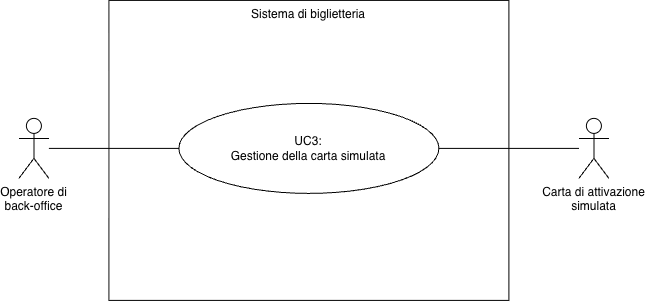
Before: img/diagrams/uc-3.png, a diagram exported from draw.io (Leddosja/thesis-EdisHodja). Source tidied: cells renumbered, new cells last; positions are measured from the earlier drawing's top-left corner, leaving out a move shared by most shapes.
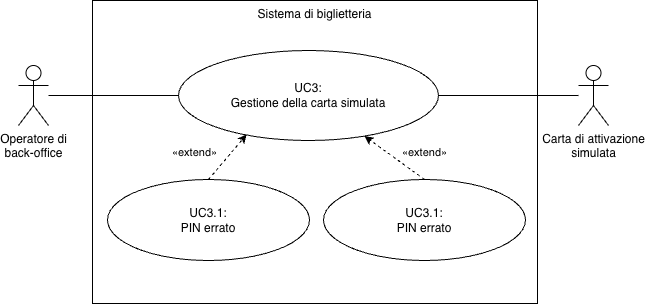
The same diagram one commit later.

What changed in the source:
```diff
@@ -3,7 +3,7 @@
     <mxCell id="0" />
     <mxCell id="1" parent="0" />
     <mxCell id="2" value="Sistema di biglietteria" style="rounded=0;whiteSpace=wrap;html=1;fillColor=default;verticalAlign=top;" parent="1" vertex="1">
-      <mxGeometry x="90" width="400" height="300" as="geometry" />
+      <mxGeometry x="74" y="53" width="445" height="303" as="geometry" />
     </mxCell>
     <mxCell id="3" value="UC3:&lt;br&gt;Gestione della carta simulata" style="ellipse;whiteSpace=wrap;html=1;rounded=0;strokeColor=default;align=center;verticalAlign=middle;fontFamily=Helvetica;fontSize=12;fontColor=default;fillColor=default;" parent="1" vertex="1">
       <mxGeometry x="160" y="103" width="260" height="90" as="geometry" />
@@ -22,5 +22,27 @@
     <mxCell id="7" value="Carta di attivazione&lt;br&gt;simulata" style="shape=umlActor;verticalLabelPosition=bottom;verticalAlign=top;html=1;rounded=0;strokeColor=default;align=center;fontFamily=Helvetica;fontSize=12;fontColor=default;fillColor=default;" parent="1" vertex="1">
       <mxGeometry x="560" y="118" width="30" height="60" as="geometry" />
     </mxCell>
+    <mxCell id="8" value="UC3.1:&lt;br&gt;PIN errato" style="ellipse;whiteSpace=wrap;html=1;rounded=0;strokeColor=default;align=center;verticalAlign=middle;fontFamily=Helvetica;fontSize=12;fontColor=default;fillColor=default;" parent="1" vertex="1">
+      <mxGeometry x="89" y="232" width="202" height="81" as="geometry" />
+    </mxCell>
+    <mxCell id="9" value="UC3.1:&lt;br&gt;PIN errato" style="ellipse;whiteSpace=wrap;html=1;rounded=0;strokeColor=default;align=center;verticalAlign=middle;fontFamily=Helvetica;fontSize=12;fontColor=default;fillColor=default;" parent="1" vertex="1">
+      <mxGeometry x="305" y="232" width="202" height="81" as="geometry" />
+    </mxCell>
+    <mxCell id="10" style="edgeStyle=none;html=1;dashed=1;entryX=0.262;entryY=0.933;entryDx=0;entryDy=0;exitX=0.5;exitY=0;exitDx=0;exitDy=0;entryPerimeter=0;" parent="1" edge="1" source="8" target="3">
+      <mxGeometry relative="1" as="geometry" />
+    </mxCell>
+    <mxCell id="11" value="&lt;span style=&quot;color: rgb(0, 0, 0);&quot;&gt;«extend»&lt;/span&gt;" style="edgeLabel;html=1;align=center;verticalAlign=middle;" parent="10" vertex="1">
+      <mxGeometry x="-0.18" y="-2" relative="1" as="geometry">
+        <mxPoint x="-32" y="-10" as="offset" />
+      </mxGeometry>
+    </mxCell>
+    <mxCell id="12" style="edgeStyle=none;html=1;dashed=1;exitX=0.5;exitY=0;exitDx=0;exitDy=0;" parent="1" edge="1" source="9" target="3">
+      <mxGeometry relative="1" as="geometry" />
+    </mxCell>
+    <mxCell id="13" value="&lt;span style=&quot;color: rgb(0, 0, 0);&quot;&gt;«extend»&lt;/span&gt;" style="edgeLabel;html=1;align=center;verticalAlign=middle;" parent="12" vertex="1">
+      <mxGeometry x="-0.18" y="-2" relative="1" as="geometry">
+        <mxPoint x="23" y="-8" as="offset" />
+      </mxGeometry>
+    </mxCell>
   </root>
 </mxGraphModel>
```
